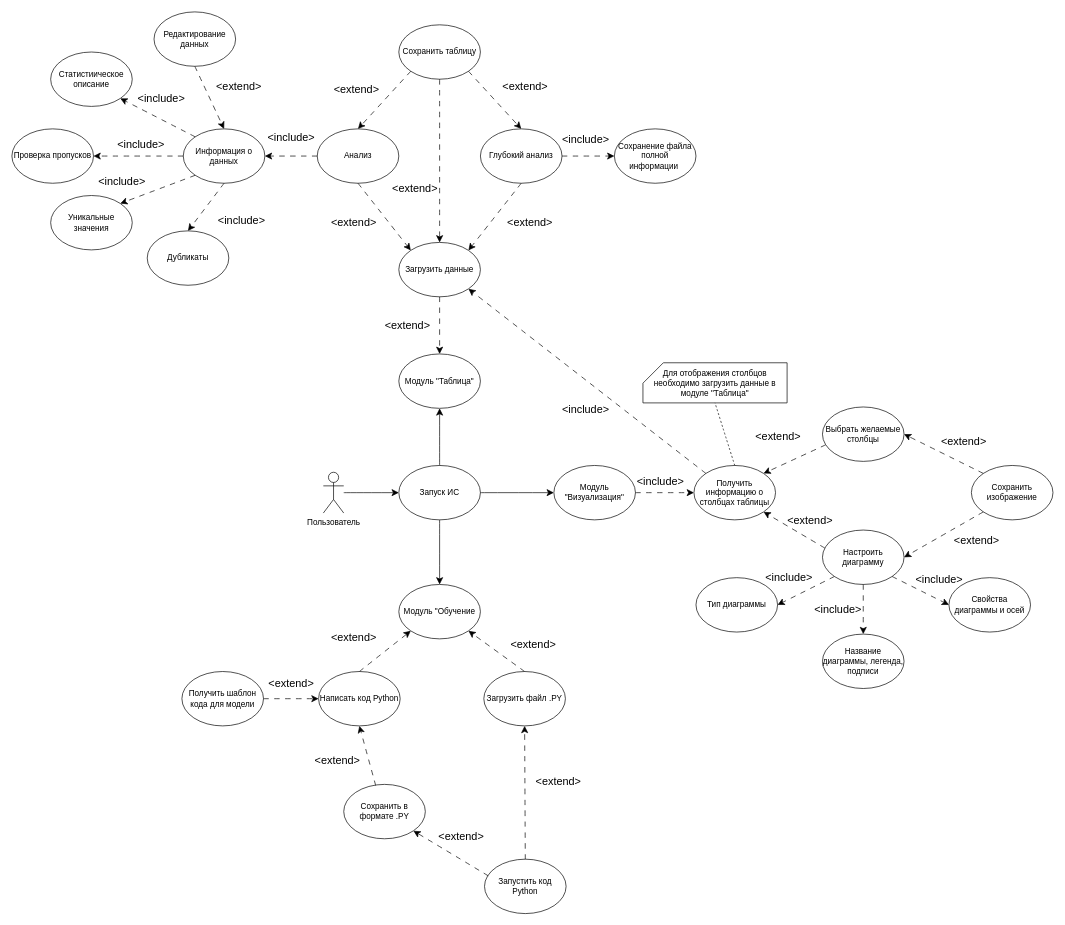
blk-kakadu-114/VKR keeps this draw.io diagram as diagrams/Варианты использования.drawio. Above is the earlier version. Source tidied: cells renumbered, new cells numbered last; positions are measured from the earlier drawing's top-left corner, leaving out a move shared by most shapes. Both pictures are drawn from the tidied source at 68%, with x=0, y=0 at pixel (12, 12).
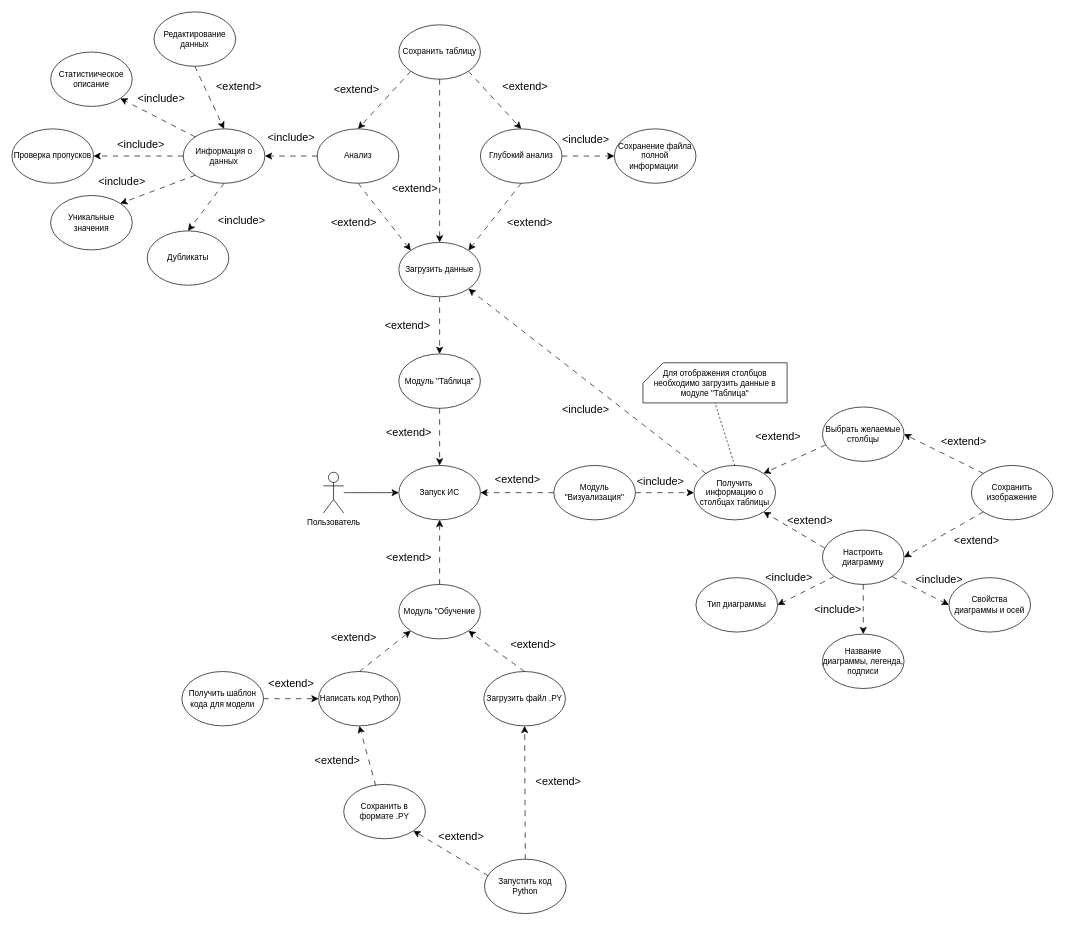
The same diagram, later.

The change refers to these unchanged cells:
```xml
<mxCell id="3" value="Запуск ИС" style="ellipse;whiteSpace=wrap;html=1;" parent="1" vertex="1">
  <mxGeometry x="569" y="667" width="120" height="80" as="geometry" />
</mxCell>
<mxCell id="4" value="Модуль &quot;Таблица&quot;" style="ellipse;whiteSpace=wrap;html=1;" parent="1" vertex="1">
  <mxGeometry x="569" y="503" width="120" height="80" as="geometry" />
</mxCell>
<mxCell id="5" value="Модуль &quot;Визуализация&quot;" style="ellipse;whiteSpace=wrap;html=1;" parent="1" vertex="1">
  <mxGeometry x="797" y="667" width="120" height="80" as="geometry" />
</mxCell>
<mxCell id="6" value="Модуль &quot;Обучение" style="ellipse;whiteSpace=wrap;html=1;" parent="1" vertex="1">
  <mxGeometry x="569" y="842" width="120" height="80" as="geometry" />
</mxCell>
```

Diff of the diagram source:
```diff
@@
-    <mxCell id="45" style="endArrow=classic;html=1;rounded=0;fontSize=12;startSize=8;endSize=8;curved=1;exitX=0.5;exitY=0;exitDx=0;exitDy=0;entryX=0.5;entryY=1;entryDx=0;entryDy=0;" parent="1" edge="1" source="3" target="4">
-      <mxGeometry relative="1" as="geometry" />
-    </mxCell>
-    <mxCell id="46" style="endArrow=classic;html=1;rounded=0;fontSize=12;startSize=8;endSize=8;curved=1;entryX=0;entryY=0.5;entryDx=0;entryDy=0;exitX=1;exitY=0.5;exitDx=0;exitDy=0;" parent="1" edge="1" source="3" target="5">
-      <mxGeometry relative="1" as="geometry" />
-    </mxCell>
-    <mxCell id="47" style="endArrow=classic;html=1;rounded=0;fontSize=12;startSize=8;endSize=8;curved=1;entryX=0.5;entryY=0;entryDx=0;entryDy=0;exitX=0.5;exitY=1;exitDx=0;exitDy=0;" parent="1" edge="1" source="3" target="6">
-      <mxGeometry relative="1" as="geometry" />
-    </mxCell>
@@
+    <mxCell id="92" style="endArrow=classic;html=1;rounded=0;fontSize=12;startSize=8;endSize=8;curved=0;dashed=1;dashPattern=8 8;exitX=0;exitY=0.5;exitDx=0;exitDy=0;entryX=1;entryY=0.5;entryDx=0;entryDy=0;" parent="1" edge="1" source="5" target="3">
+      <mxGeometry relative="1" as="geometry" />
+    </mxCell>
+    <mxCell id="93" style="endArrow=classic;html=1;rounded=0;fontSize=12;startSize=8;endSize=8;curved=0;dashed=1;dashPattern=8 8;exitX=0.5;exitY=0;exitDx=0;exitDy=0;entryX=0.5;entryY=1;entryDx=0;entryDy=0;" parent="1" edge="1" source="6" target="3">
+      <mxGeometry relative="1" as="geometry" />
+    </mxCell>
+    <mxCell id="94" style="endArrow=classic;html=1;rounded=0;fontSize=12;startSize=8;endSize=8;curved=0;dashed=1;dashPattern=8 8;exitX=0.5;exitY=1;exitDx=0;exitDy=0;entryX=0.5;entryY=0;entryDx=0;entryDy=0;" parent="1" edge="1" source="4" target="3">
+      <mxGeometry relative="1" as="geometry" />
+    </mxCell>
+    <mxCell id="95" value="&amp;lt;extend&amp;gt;" style="text;html=1;align=center;verticalAlign=middle;whiteSpace=wrap;rounded=0;fontSize=16;" parent="1" vertex="1">
+      <mxGeometry x="554" y="603" width="60" height="30" as="geometry" />
+    </mxCell>
+    <mxCell id="96" value="&amp;lt;extend&amp;gt;" style="text;html=1;align=center;verticalAlign=middle;whiteSpace=wrap;rounded=0;fontSize=16;" parent="1" vertex="1">
+      <mxGeometry x="714" y="672" width="60" height="30" as="geometry" />
+    </mxCell>
+    <mxCell id="97" value="&amp;lt;extend&amp;gt;" style="text;html=1;align=center;verticalAlign=middle;whiteSpace=wrap;rounded=0;fontSize=16;" parent="1" vertex="1">
+      <mxGeometry x="554" y="787" width="60" height="30" as="geometry" />
+    </mxCell>
```
